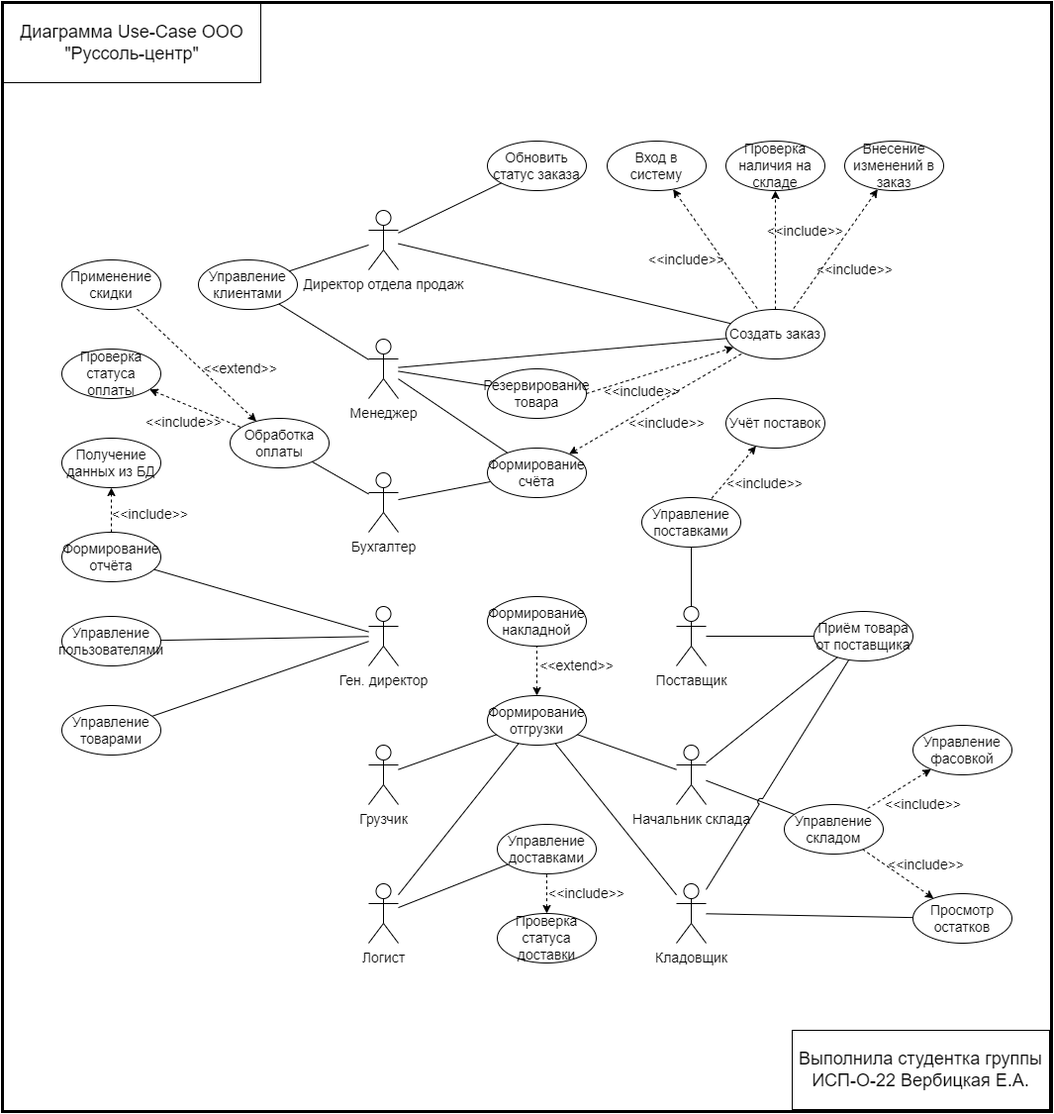
Above: media/диаграммы/Диаграммы  - Русоль-Use-Case.drawio.png in ColdenI/Diploma-IS-wholesale-of-salt (draw.io), before the change. Source tidied: cells renumbered, new cells last; positions are measured from the earlier drawing's top-left corner, leaving out a move shared by most shapes.
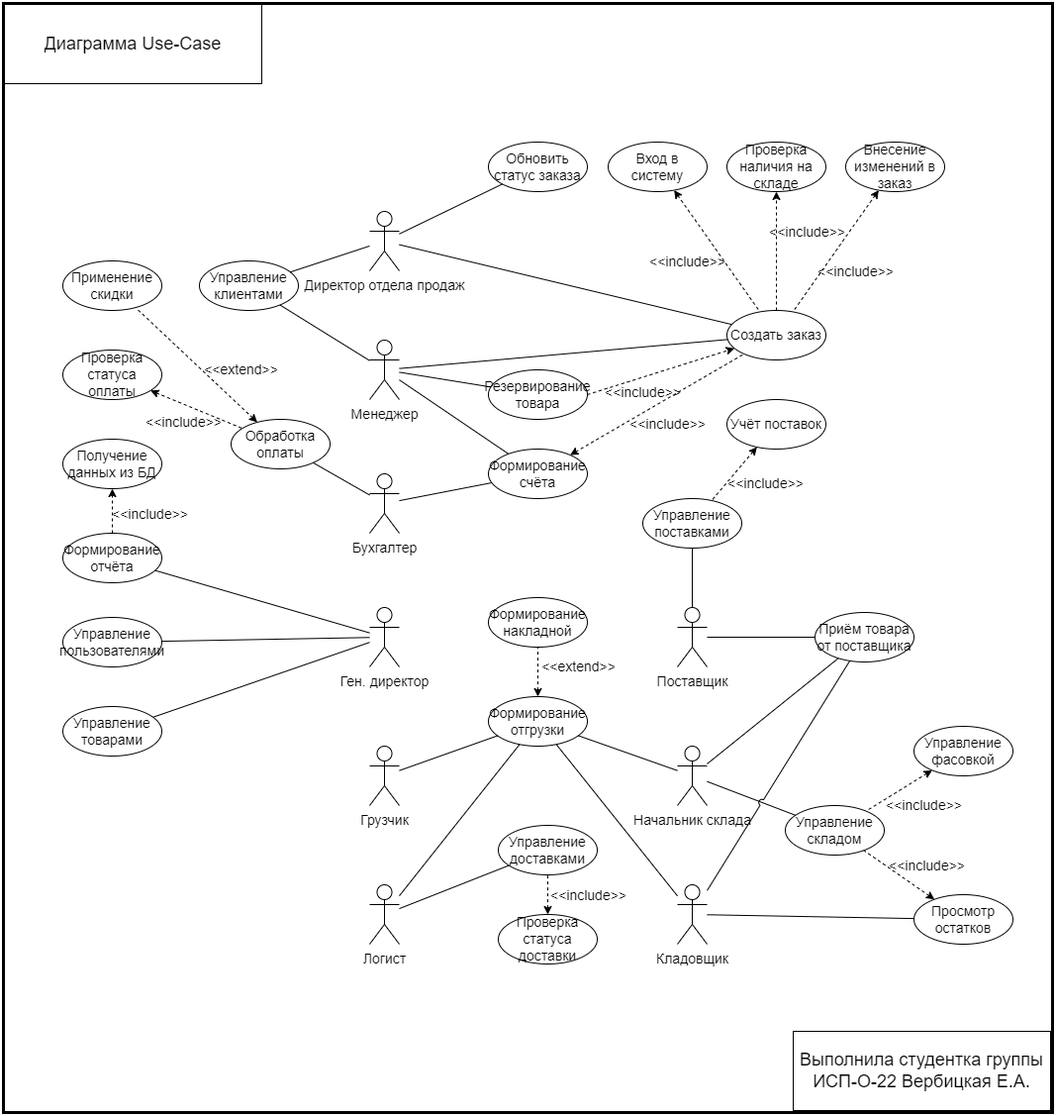
The same diagram one commit later.

Diff of the diagram source:
```diff
@@ -280,7 +280,7 @@
     <mxCell id="85" value="Формирование счёта" style="ellipse;whiteSpace=wrap;html=1;labelBackgroundColor=none;fontSize=14;" parent="1" vertex="1">
       <mxGeometry x="490" y="450" width="100" height="50" as="geometry" />
     </mxCell>
-    <mxCell id="86" value="&lt;span style=&quot;text-align: left; font-size: 18px;&quot;&gt;&lt;font style=&quot;font-size: 18px;&quot; face=&quot;YS Text, Helvetica Neue, Helvetica, Arial, sans-serif&quot;&gt;&lt;span style=&quot;font-size: 18px;&quot;&gt;Диаграмма Use-Case ООО &quot;Руссоль-центр&quot;&lt;/span&gt;&lt;/font&gt;&lt;/span&gt;" style="rounded=0;whiteSpace=wrap;html=1;fontColor=default;labelBackgroundColor=none;fontSize=18;" parent="1" vertex="1">
+    <mxCell id="86" value="&lt;span style=&quot;text-align: left; font-size: 18px;&quot;&gt;&lt;font style=&quot;font-size: 18px;&quot; face=&quot;YS Text, Helvetica Neue, Helvetica, Arial, sans-serif&quot;&gt;&lt;span style=&quot;font-size: 18px;&quot;&gt;Диаграмма Use-Case&lt;/span&gt;&lt;/font&gt;&lt;/span&gt;" style="rounded=0;whiteSpace=wrap;html=1;fontColor=default;labelBackgroundColor=none;fontSize=18;" parent="1" vertex="1">
       <mxGeometry x="1" y="1" width="260" height="80" as="geometry" />
     </mxCell>
     <mxCell id="87" value="Выполнила студентка группы ИСП-О-22&amp;nbsp;Вербицкая Е.А." style="rounded=0;whiteSpace=wrap;html=1;fontSize=18;" parent="1" vertex="1">
```
